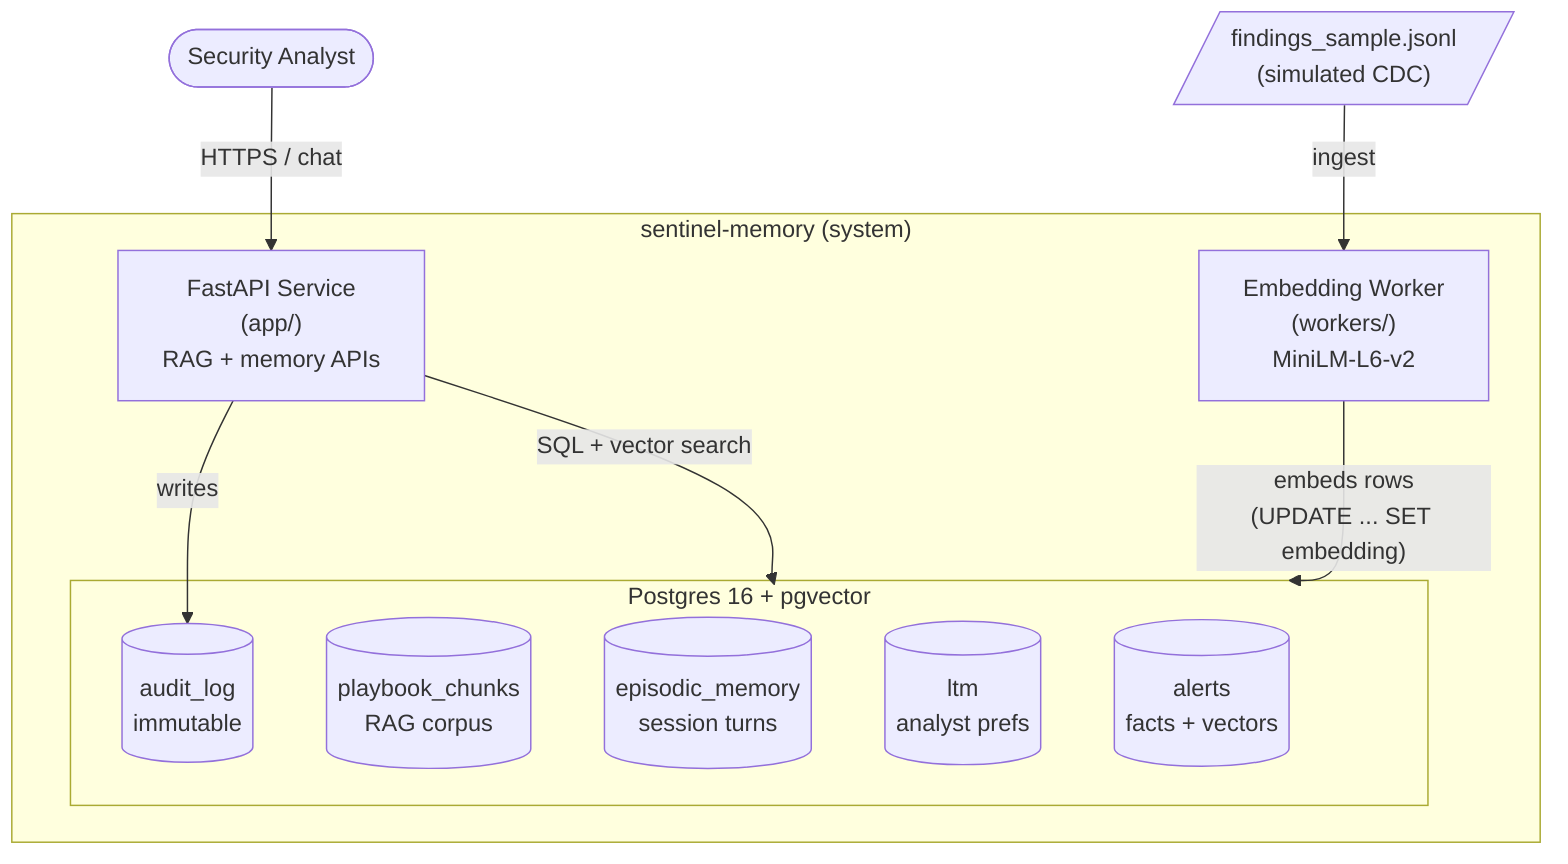
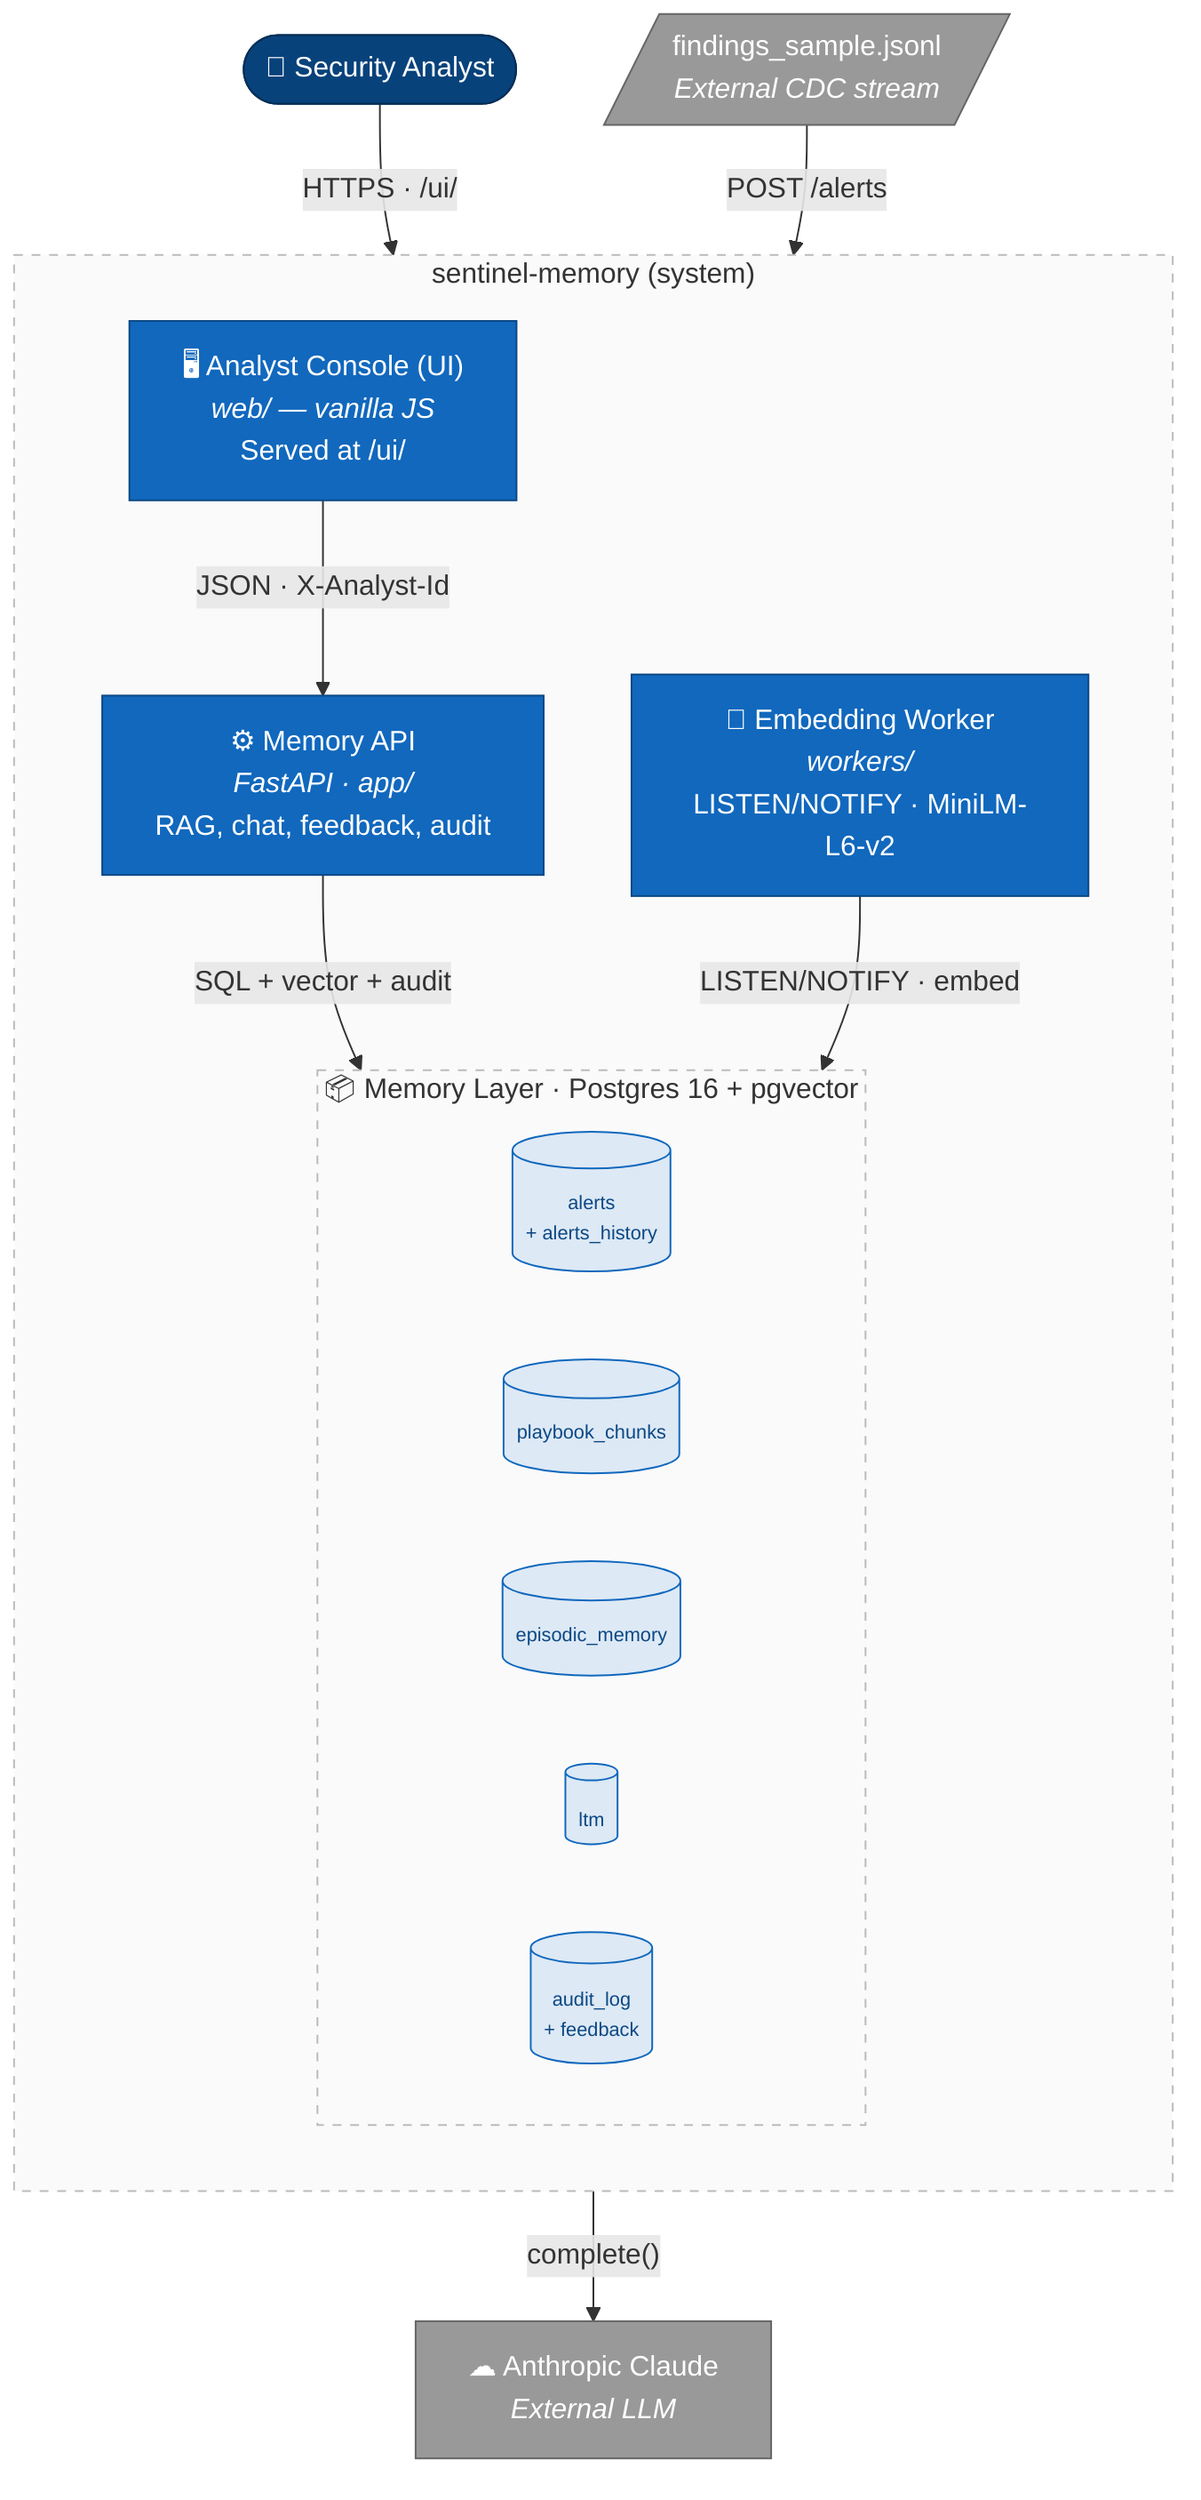
%% C4 Container diagram for sentinel-memory
%% Render with: mmdc -i c4-container.mmd -o c4-container.svg
+ 
flowchart TB
-     analyst([Security Analyst])
+     classDef person       fill:#08427B,stroke:#052E56,color:#fff,stroke-width:1px
+     classDef external     fill:#999,stroke:#666,color:#fff,stroke-width:1px
+     classDef container    fill:#1168BD,stroke:#0B4884,color:#fff,stroke-width:1px
+     classDef datastore    fill:#1168BD,stroke:#0B4884,color:#fff,stroke-width:1px
+     classDef boundary     fill:#fafafa,stroke:#bbb,color:#333,stroke-dasharray:5 5
+     classDef table        fill:#dde9f5,stroke:#1168BD,color:#0B4884,font-size:11px

-     subgraph sentinel["sentinel-memory (system)"]
-         api["FastAPI Service<br/>(app/)<br/>RAG + memory APIs"]
-         worker["Embedding Worker<br/>(workers/)<br/>MiniLM-L6-v2"]
-         subgraph pg["Postgres 16 + pgvector"]
-             alerts[("alerts<br/>facts + vectors")]
-             pb[("playbook_chunks<br/>RAG corpus")]
-             epi[("episodic_memory<br/>session turns")]
-             ltm[("ltm<br/>analyst prefs")]
-             audit[("audit_log<br/>immutable")]
+     analyst(["👤 Security Analyst"]):::person
+ 
+     claude["☁ Anthropic Claude<br/><i>External LLM</i>"]:::external
+     feed[/"findings_sample.jsonl<br/><i>External CDC stream</i>"/]:::external
+ 
+     subgraph sentinel ["sentinel-memory (system)"]
+         direction TB
+         ui["🖥 Analyst Console (UI)<br/><i>web/ — vanilla JS</i><br/>Served at /ui/"]:::container
+ 
+         api["⚙ Memory API<br/><i>FastAPI · app/</i><br/>RAG, chat, feedback, audit"]:::container
+ 
+         worker["🔁 Embedding Worker<br/><i>workers/</i><br/>LISTEN/NOTIFY · MiniLM-L6-v2"]:::container
+ 
+         subgraph pg ["📦 Memory Layer · Postgres 16 + pgvector"]
+             direction LR
+             alerts[("alerts<br/>+ alerts_history")]:::table
+             pb[("playbook_chunks")]:::table
+             epi[("episodic_memory")]:::table
+             ltm[("ltm")]:::table
+             audit[("audit_log<br/>+ feedback")]:::table
        end
    end

-     feed[/"findings_sample.jsonl<br/>(simulated CDC)"/]
+     analyst -- "HTTPS · /ui/" --> ui
+     ui -- "JSON · X-Analyst-Id" --> api
+     api -- "complete()" --> claude
+     api -- "SQL + vector + audit" --> pg
+     worker -- "LISTEN/NOTIFY · embed" --> pg
+     feed -- "POST /alerts" --> api

-     analyst -- "HTTPS / chat" --> api
-     api -- "SQL + vector search" --> pg
-     api -- "writes" --> audit
-     worker -- "embeds rows<br/>(UPDATE ... SET embedding)" --> pg
-     feed -- "ingest" --> worker
+     class sentinel,pg boundary
